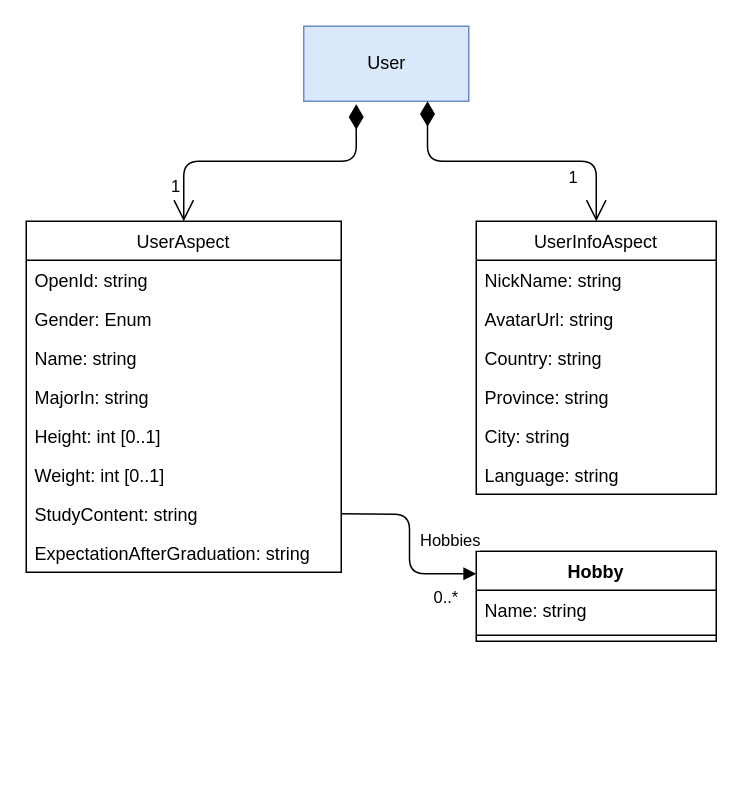
Above: UML/User.drawio in sdlfly2000/MindBridgeCampServer (draw.io), before the change. Source tidied: cells renumbered, new cells numbered last; positions are measured from the earlier drawing's top-left corner, leaving out a move shared by most shapes. Both pictures are drawn from the tidied source at 150%, with x=0, y=0 at pixel (26, 26).
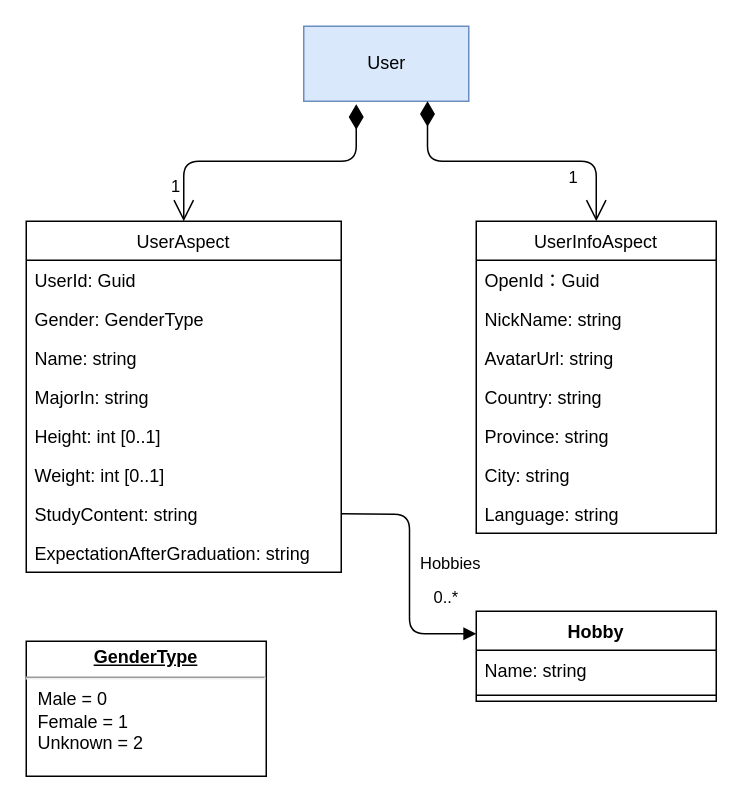
Above is the later version.

Commit message (it also covers changes not shown here):
Update UserEntity and its UML

Unchanged cells that the change refers to:
```xml
<mxCell id="2" value="UserAspect" style="swimlane;fontStyle=0;horizontal=1;startSize=26;fillColor=none;" parent="1" vertex="1">
  <mxGeometry y="130" width="210" height="234" as="geometry" />
</mxCell>
```

The edit, as a diff of the source:
```diff
@@
-    <mxCell id="3" value="OpenId: string" style="text;strokeColor=none;fillColor=none;align=left;verticalAlign=top;spacingLeft=4;spacingRight=4;overflow=hidden;" parent="2" vertex="1">
+    <mxCell id="3" value="UserId: Guid" style="text;strokeColor=none;fillColor=none;align=left;verticalAlign=top;spacingLeft=4;spacingRight=4;overflow=hidden;" parent="2" vertex="1">
       <mxGeometry y="26" width="210" height="26" as="geometry" />
     </mxCell>
-    <mxCell id="4" value="Gender: Enum" style="text;strokeColor=none;fillColor=none;align=left;verticalAlign=top;spacingLeft=4;spacingRight=4;overflow=hidden;" parent="2" vertex="1">
+    <mxCell id="4" value="Gender: GenderType" style="text;strokeColor=none;fillColor=none;align=left;verticalAlign=top;spacingLeft=4;spacingRight=4;overflow=hidden;" parent="2" vertex="1">
       <mxGeometry y="52" width="210" height="26" as="geometry" />
     </mxCell>
@@
     <mxCell id="13" value="UserInfoAspect" style="swimlane;fontStyle=0;horizontal=1;startSize=26;fillColor=none;" parent="1" vertex="1">
-      <mxGeometry x="300" y="130" width="160" height="182" as="geometry" />
+      <mxGeometry x="300" y="130" width="160" height="208" as="geometry" />
     </mxCell>
-    <mxCell id="14" value="NickName: string" style="text;strokeColor=none;fillColor=none;align=left;verticalAlign=top;spacingLeft=4;spacingRight=4;overflow=hidden;" parent="13" vertex="1">
+    <mxCell id="14" value="OpenId：Guid" style="text;strokeColor=none;fillColor=none;align=left;verticalAlign=top;spacingLeft=4;spacingRight=4;overflow=hidden;" parent="13" vertex="1">
       <mxGeometry y="26" width="160" height="26" as="geometry" />
     </mxCell>
+    <mxCell id="26" value="NickName: string" style="text;strokeColor=none;fillColor=none;align=left;verticalAlign=top;spacingLeft=4;spacingRight=4;overflow=hidden;" parent="13" vertex="1">
+      <mxGeometry y="52" width="160" height="26" as="geometry" />
+    </mxCell>
     <mxCell id="15" value="AvatarUrl: string" style="text;strokeColor=none;fillColor=none;align=left;verticalAlign=top;spacingLeft=4;spacingRight=4;overflow=hidden;" parent="13" vertex="1">
-      <mxGeometry y="52" width="160" height="26" as="geometry" />
+      <mxGeometry y="78" width="160" height="26" as="geometry" />
     </mxCell>
     <mxCell id="16" value="Country: string" style="text;strokeColor=none;fillColor=none;align=left;verticalAlign=top;spacingLeft=4;spacingRight=4;overflow=hidden;" parent="13" vertex="1">
-      <mxGeometry y="78" width="160" height="26" as="geometry" />
+      <mxGeometry y="104" width="160" height="26" as="geometry" />
     </mxCell>
     <mxCell id="17" value="Province: string" style="text;strokeColor=none;fillColor=none;align=left;verticalAlign=top;spacingLeft=4;spacingRight=4;overflow=hidden;" parent="13" vertex="1">
-      <mxGeometry y="104" width="160" height="26" as="geometry" />
+      <mxGeometry y="130" width="160" height="26" as="geometry" />
     </mxCell>
     <mxCell id="18" value="City: string" style="text;strokeColor=none;fillColor=none;align=left;verticalAlign=top;spacingLeft=4;spacingRight=4;overflow=hidden;" parent="13" vertex="1">
-      <mxGeometry y="130" width="160" height="26" as="geometry" />
+      <mxGeometry y="156" width="160" height="26" as="geometry" />
     </mxCell>
     <mxCell id="19" value="Language: string" style="text;strokeColor=none;fillColor=none;align=left;verticalAlign=top;spacingLeft=4;spacingRight=4;overflow=hidden;" parent="13" vertex="1">
-      <mxGeometry y="156" width="160" height="26" as="geometry" />
+      <mxGeometry y="182" width="160" height="26" as="geometry" />
     </mxCell>
@@
     <mxCell id="21" value="Hobby" style="swimlane;fontStyle=1;align=center;verticalAlign=top;horizontal=1;startSize=26;" parent="1" vertex="1">
-      <mxGeometry x="300" y="350" width="160" height="60" as="geometry" />
+      <mxGeometry x="300" y="390" width="160" height="60" as="geometry" />
     </mxCell>
@@
+    <mxCell id="27" value="&lt;p style=&quot;margin: 0px ; margin-top: 4px ; text-align: center ; text-decoration: underline&quot;&gt;&lt;b&gt;GenderType&lt;/b&gt;&lt;/p&gt;&lt;hr&gt;&lt;p style=&quot;margin: 0px ; margin-left: 8px&quot;&gt;Male = 0&lt;br&gt;Female = 1&lt;br&gt;Unknown = 2&lt;/p&gt;" style="verticalAlign=top;align=left;overflow=fill;fontSize=12;fontFamily=Helvetica;html=1;" parent="1" vertex="1">
+      <mxGeometry y="410" width="160" height="90" as="geometry" />
+    </mxCell>
```
